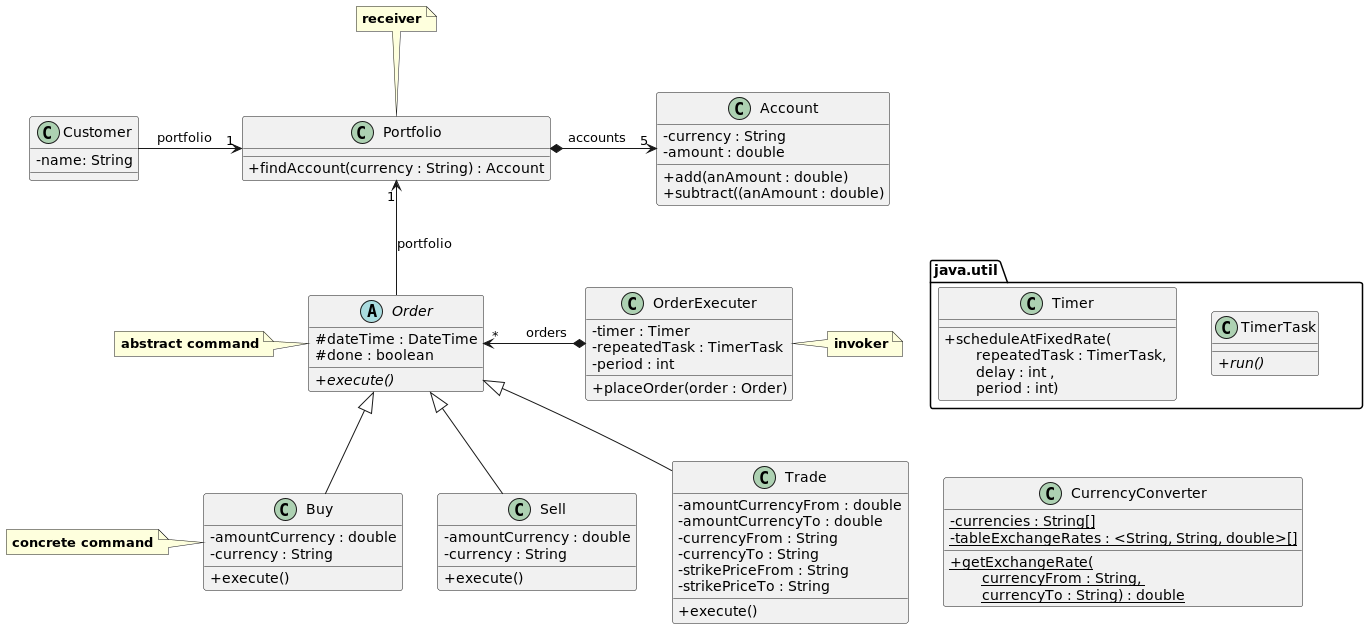
disseny-de-software/codi_currency keeps this PlantUML diagram as src/currency.png. Above is the earlier version. The source it was exported from:
```plantuml
@startuml
skinparam classAttributeIconSize 0

class Customer {
- name: String
}

class Portfolio {
+ findAccount(currency : String) : Account
}

Customer -right-> "1" Portfolio : "portfolio   "

class Account {
- currency : String
- amount : double
+ add(anAmount : double)
+ subtract((anAmount : double)
}

Portfolio *-right-> "5" Account : "accounts   "

abstract class Order {
# dateTime : DateTime
# done : boolean
+ {abstract} execute()
}

Order -up-> "1" Portfolio : "portfolio"

class Buy extends Order {
- amountCurrency : double
- currency : String
+ execute()
}

class Sell extends Order {
- amountCurrency : double
- currency : String
+ execute()
}

class Trade extends Order {
- amountCurrencyFrom : double
- amountCurrencyTo : double
- currencyFrom : String
- currencyTo : String
- strikePriceFrom : String
- strikePriceTo : String
+ execute()
}

package java.util {
class TimerTask {
+ {abstract} run()
}
class Timer {
+ scheduleAtFixedRate(\n\trepeatedTask : TimerTask, \n\tdelay : int , \n\tperiod : int)
}
}

java.util -[hidden]right-> OrderExecuter

class OrderExecuter {
- timer : Timer
- repeatedTask : TimerTask
- period : int
+ placeOrder(order : Order)
}

OrderExecuter *--left--> "*" Order : "      orders"

class CurrencyConverter {
- {static} currencies : String[]
- {static} tableExchangeRates : <String, String, double>[]
+ {static} getExchangeRate(\n\tcurrencyFrom : String, \n\tcurrencyTo : String) : double
}

CurrencyConverter -[hidden]left- Buy
CurrencyConverter -[hidden]left- Sell
CurrencyConverter -[hidden]left- Trade
Buy -[hidden]right- Sell
java.util -[hidden]down- CurrencyConverter

note right of OrderExecuter
**invoker**
end note

note left of Order
**abstract command**
end note

note left of Buy
**concrete command**
end note

note top of Portfolio
**receiver**
end note

@enduml
```
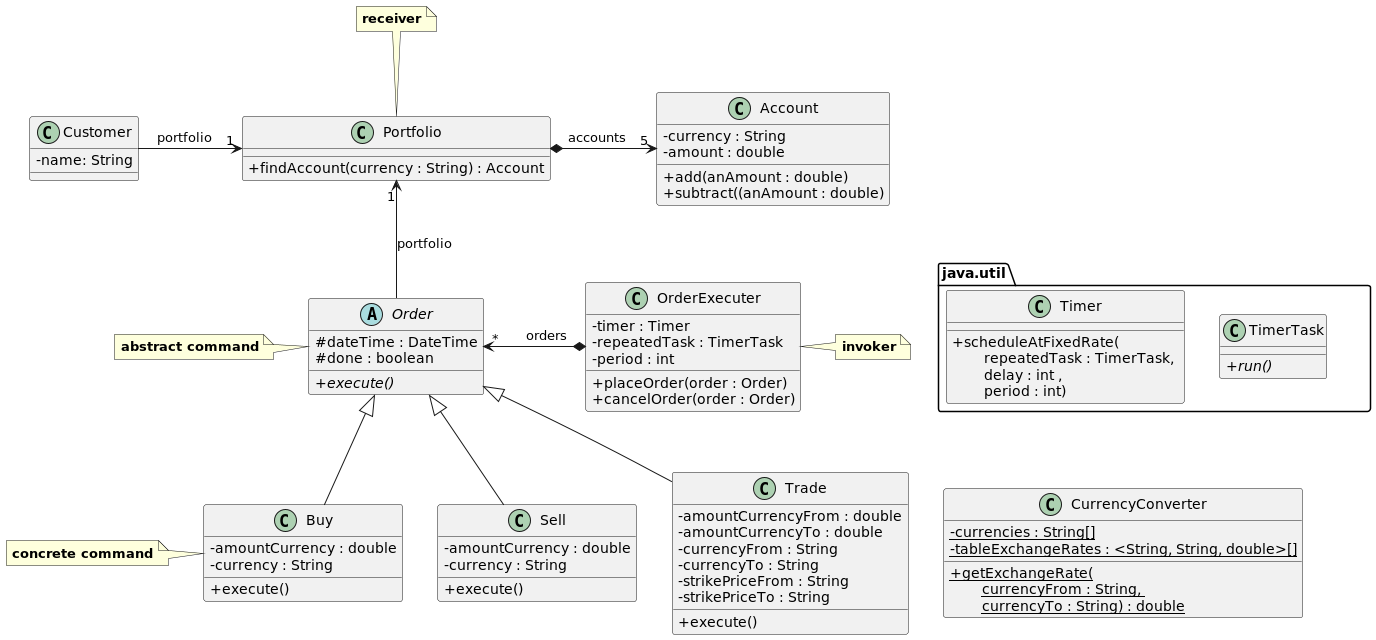
After the commit.

Commit message:
afegeixo cancelacio d'ordres

Change to the diagram source:
```diff
@@ -66,6 +66,7 @@
 - repeatedTask : TimerTask
 - period : int
 + placeOrder(order : Order)
++ cancelOrder(order : Order)
 }
 
 OrderExecuter *--left--> "*" Order : "      orders"
```
